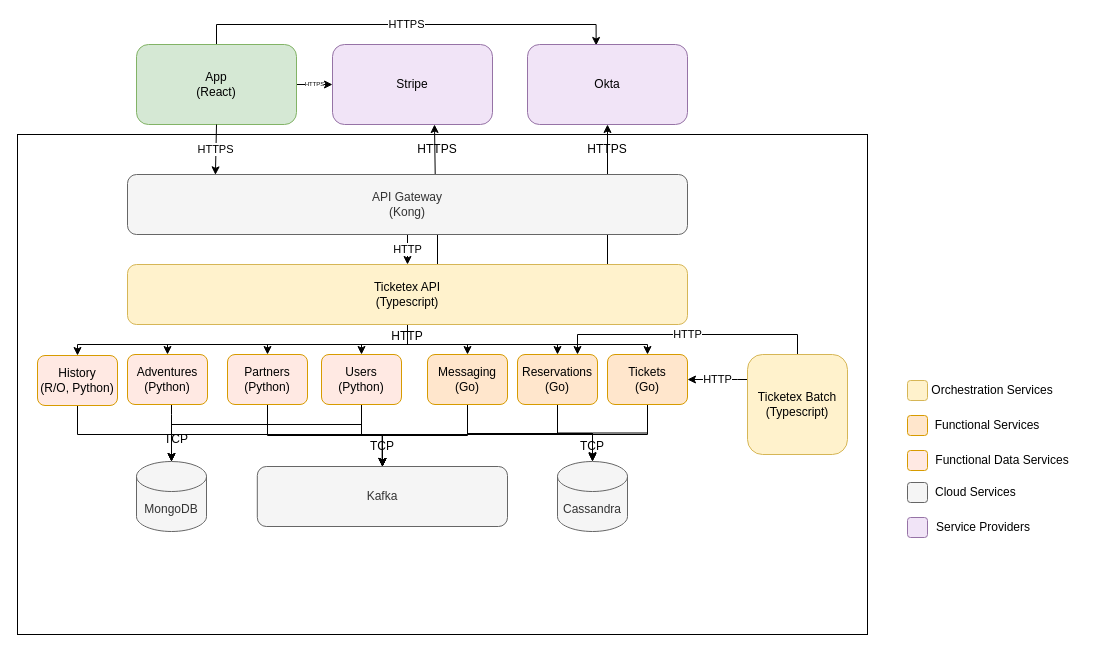
Above: page "Arch (Low)" (3 of 4) of docs/arch.drawio in andrescosta/ticketex (draw.io), before the change. Source tidied: cells renumbered, new cells numbered last; positions are measured from the earlier drawing's top-left corner, leaving out a move shared by most shapes. Both pictures are drawn from the tidied source at 100%, with x=0, y=0 at pixel (17, 24).
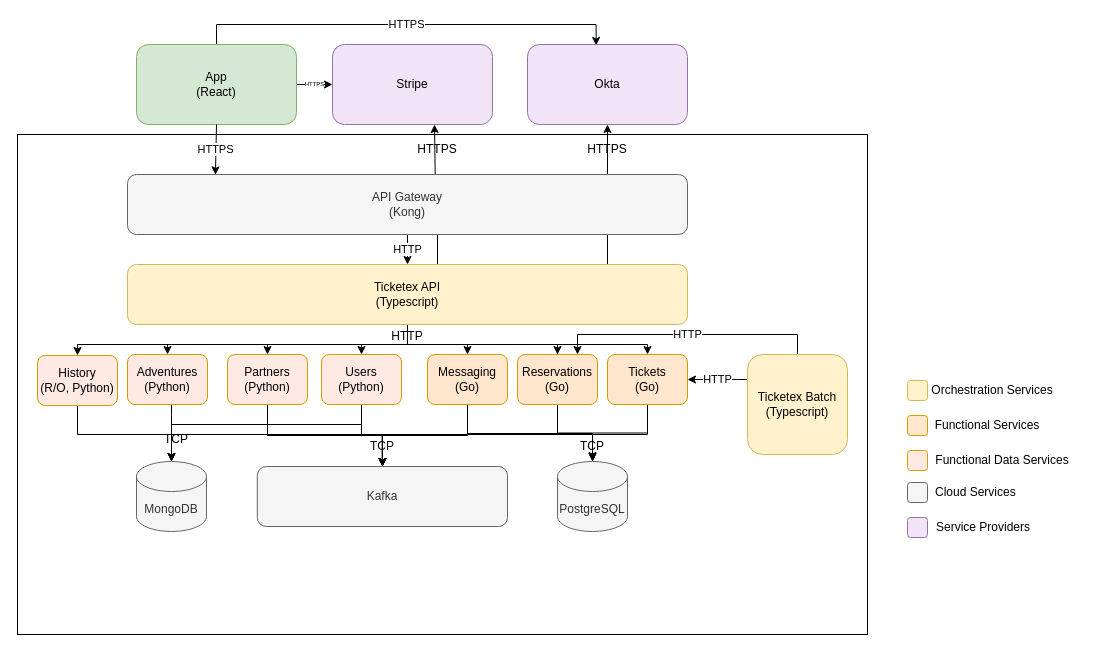
After the change.

Diff of the diagram source:
```diff
@@
-    <mxCell id="34" value="Cassandra" style="shape=cylinder3;whiteSpace=wrap;html=1;boundedLbl=1;backgroundOutline=1;size=15;fillColor=#f5f5f5;strokeColor=#666666;fontColor=#333333;" parent="1" vertex="1">
+    <mxCell id="34" value="PostgreSQL" style="shape=cylinder3;whiteSpace=wrap;html=1;boundedLbl=1;backgroundOutline=1;size=15;fillColor=#f5f5f5;strokeColor=#666666;fontColor=#333333;" parent="1" vertex="1">
       <mxGeometry x="540" y="437" width="70" height="70" as="geometry" />
     </mxCell>
```
